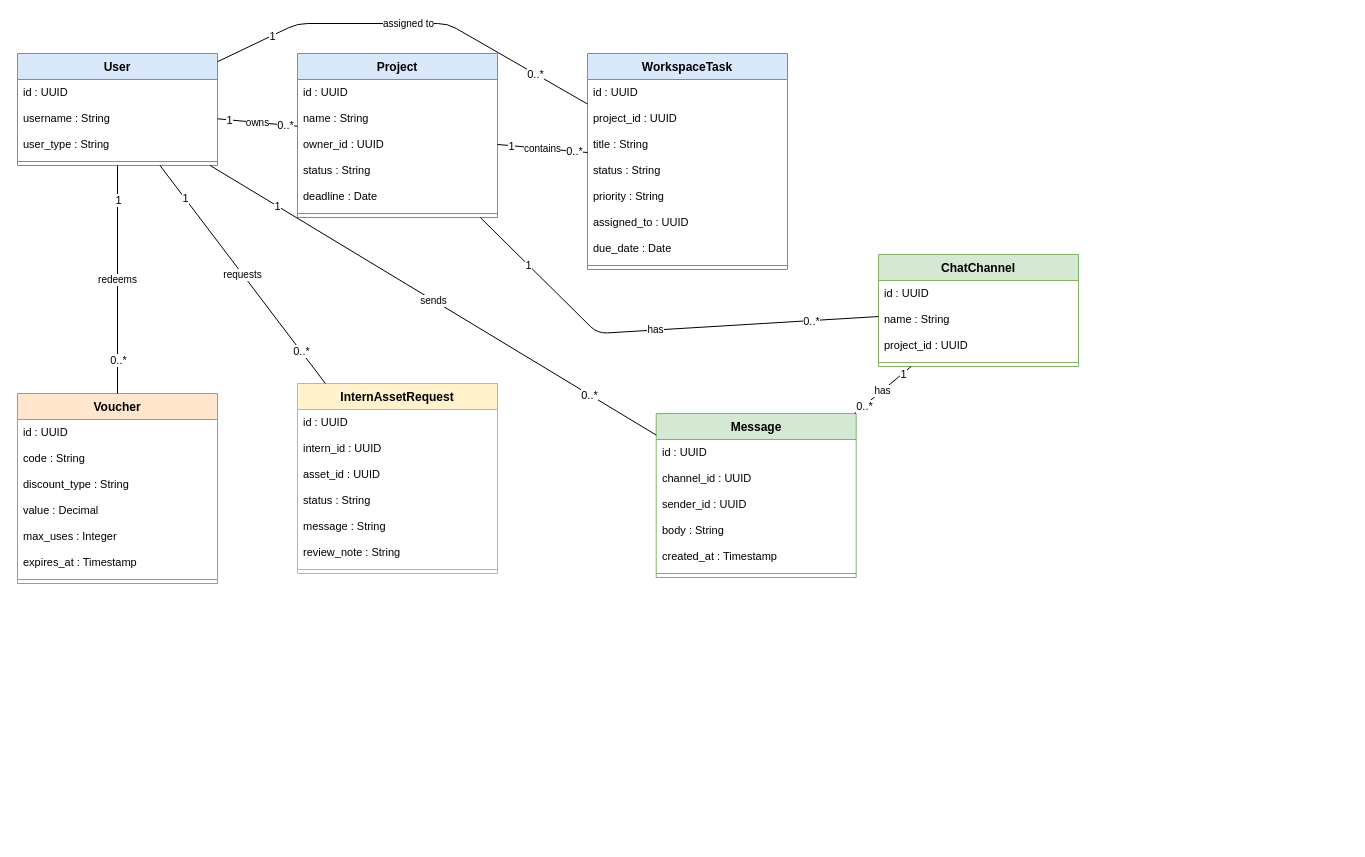
Above: diagrams/drawio/class_global_workspace.drawio in AsmaDaoussi/report (draw.io), before the change. Source tidied: cells renumbered, new cells numbered last; positions are measured from the earlier drawing's top-left corner, leaving out a move shared by most shapes. Both pictures are drawn from the tidied source at 100%, with x=0, y=0 at pixel (17, 23).
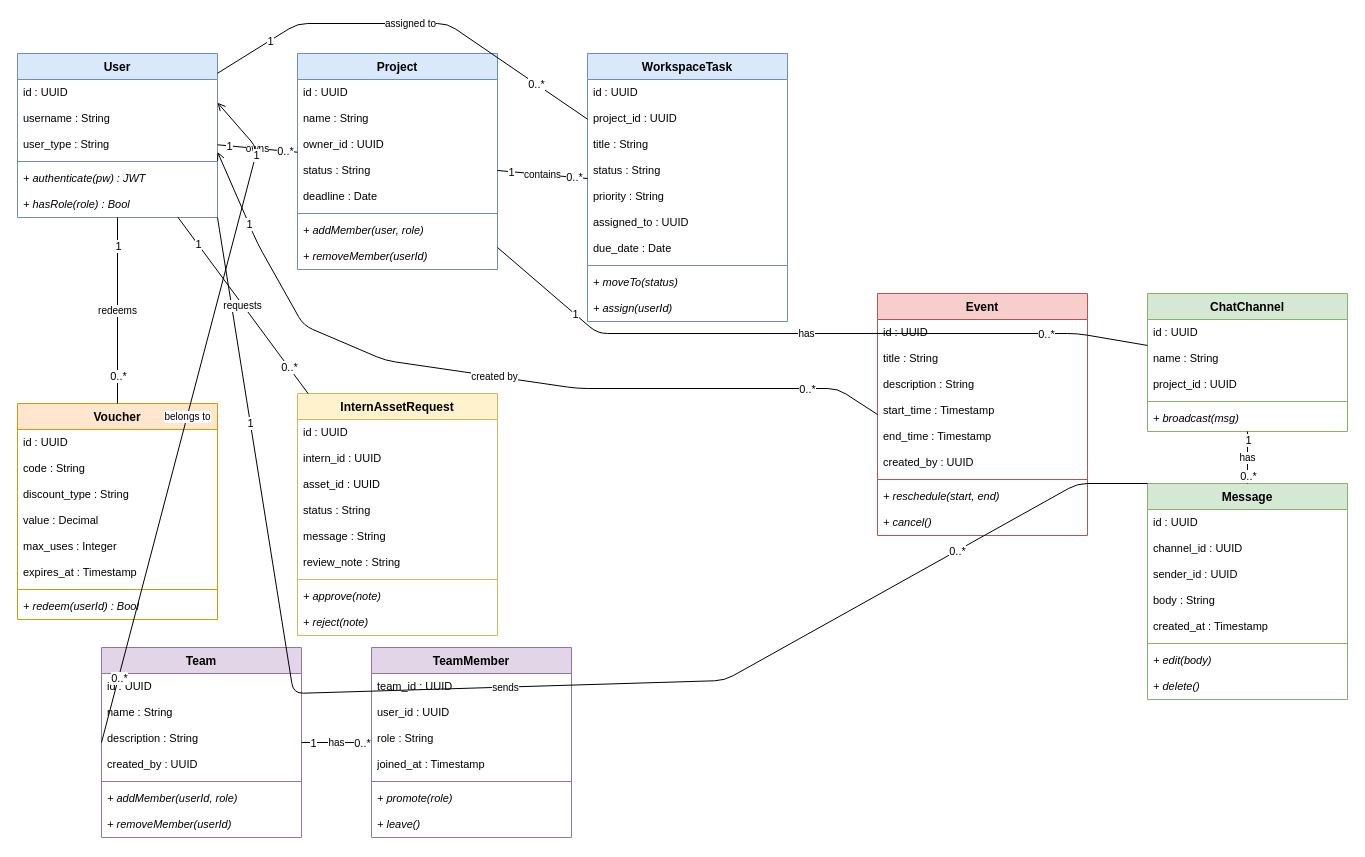
The same diagram, later.

The edit, as a diff of the source:
```diff
@@
     <mxCell id="2" value="User" style="swimlane;fontStyle=1;align=center;verticalAlign=top;horizontal=1;startSize=26;fillColor=#dae8fc;strokeColor=#6c8ebf;whiteSpace=wrap;html=1;" parent="1" vertex="1">
-      <mxGeometry y="30" width="200" height="112" as="geometry" />
+      <mxGeometry y="30" width="200" height="164" as="geometry" />
     </mxCell>
@@
+    <mxCell id="75" value="+ authenticate(pw) : JWT" style="text;strokeColor=none;fillColor=none;align=left;verticalAlign=top;spacingLeft=4;spacingRight=4;overflow=hidden;whiteSpace=wrap;html=1;fontSize=11;fontStyle=2;" parent="2" vertex="1">
+      <mxGeometry y="112" width="200" height="26" as="geometry" />
+    </mxCell>
+    <mxCell id="76" value="+ hasRole(role) : Bool" style="text;strokeColor=none;fillColor=none;align=left;verticalAlign=top;spacingLeft=4;spacingRight=4;overflow=hidden;whiteSpace=wrap;html=1;fontSize=11;fontStyle=2;" parent="2" vertex="1">
+      <mxGeometry y="138" width="200" height="26" as="geometry" />
+    </mxCell>
     <mxCell id="7" value="Project" style="swimlane;fontStyle=1;align=center;verticalAlign=top;horizontal=1;startSize=26;fillColor=#dae8fc;strokeColor=#6c8ebf;whiteSpace=wrap;html=1;" parent="1" vertex="1">
-      <mxGeometry x="280" y="30" width="200" height="164" as="geometry" />
+      <mxGeometry x="280" y="30" width="200" height="216" as="geometry" />
     </mxCell>
@@
+    <mxCell id="77" value="+ addMember(user, role)" style="text;strokeColor=none;fillColor=none;align=left;verticalAlign=top;spacingLeft=4;spacingRight=4;overflow=hidden;whiteSpace=wrap;html=1;fontSize=11;fontStyle=2;" parent="7" vertex="1">
+      <mxGeometry y="164" width="200" height="26" as="geometry" />
+    </mxCell>
+    <mxCell id="78" value="+ removeMember(userId)" style="text;strokeColor=none;fillColor=none;align=left;verticalAlign=top;spacingLeft=4;spacingRight=4;overflow=hidden;whiteSpace=wrap;html=1;fontSize=11;fontStyle=2;" parent="7" vertex="1">
+      <mxGeometry y="190" width="200" height="26" as="geometry" />
+    </mxCell>
     <mxCell id="14" value="WorkspaceTask" style="swimlane;fontStyle=1;align=center;verticalAlign=top;horizontal=1;startSize=26;fillColor=#dae8fc;strokeColor=#6c8ebf;whiteSpace=wrap;html=1;" parent="1" vertex="1">
-      <mxGeometry x="570" y="30" width="200" height="216" as="geometry" />
+      <mxGeometry x="570" y="30" width="200" height="268" as="geometry" />
     </mxCell>
@@
+    <mxCell id="79" value="+ moveTo(status)" style="text;strokeColor=none;fillColor=none;align=left;verticalAlign=top;spacingLeft=4;spacingRight=4;overflow=hidden;whiteSpace=wrap;html=1;fontSize=11;fontStyle=2;" parent="14" vertex="1">
+      <mxGeometry y="216" width="200" height="26" as="geometry" />
+    </mxCell>
+    <mxCell id="80" value="+ assign(userId)" style="text;strokeColor=none;fillColor=none;align=left;verticalAlign=top;spacingLeft=4;spacingRight=4;overflow=hidden;whiteSpace=wrap;html=1;fontSize=11;fontStyle=2;" parent="14" vertex="1">
+      <mxGeometry y="242" width="200" height="26" as="geometry" />
+    </mxCell>
+    <mxCell id="81" value="Team" style="swimlane;fontStyle=1;align=center;verticalAlign=top;horizontal=1;startSize=26;fillColor=#e1d5e7;strokeColor=#9673a6;whiteSpace=wrap;html=1;" parent="1" vertex="1">
+      <mxGeometry x="84" y="624" width="200" height="190" as="geometry" />
+    </mxCell>
+    <mxCell id="82" value="id : UUID" style="text;strokeColor=none;fillColor=none;align=left;verticalAlign=top;spacingLeft=4;spacingRight=4;overflow=hidden;whiteSpace=wrap;html=1;fontSize=11;" parent="81" vertex="1">
+      <mxGeometry y="26" width="200" height="26" as="geometry" />
+    </mxCell>
+    <mxCell id="83" value="name : String" style="text;strokeColor=none;fillColor=none;align=left;verticalAlign=top;spacingLeft=4;spacingRight=4;overflow=hidden;whiteSpace=wrap;html=1;fontSize=11;" parent="81" vertex="1">
+      <mxGeometry y="52" width="200" height="26" as="geometry" />
+    </mxCell>
+    <mxCell id="84" value="description : String" style="text;strokeColor=none;fillColor=none;align=left;verticalAlign=top;spacingLeft=4;spacingRight=4;overflow=hidden;whiteSpace=wrap;html=1;fontSize=11;" parent="81" vertex="1">
+      <mxGeometry y="78" width="200" height="26" as="geometry" />
+    </mxCell>
+    <mxCell id="85" value="created_by : UUID" style="text;strokeColor=none;fillColor=none;align=left;verticalAlign=top;spacingLeft=4;spacingRight=4;overflow=hidden;whiteSpace=wrap;html=1;fontSize=11;" parent="81" vertex="1">
+      <mxGeometry y="104" width="200" height="26" as="geometry" />
+    </mxCell>
+    <mxCell id="86" style="line;strokeWidth=1;fillColor=none;align=left;verticalAlign=middle;spacingTop=-1;spacingLeft=3;spacingRight=3;labelPosition=right;strokeColor=inherit;" parent="81" vertex="1">
+      <mxGeometry y="130" width="200" height="8" as="geometry" />
+    </mxCell>
+    <mxCell id="87" value="+ addMember(userId, role)" style="text;strokeColor=none;fillColor=none;align=left;verticalAlign=top;spacingLeft=4;spacingRight=4;overflow=hidden;whiteSpace=wrap;html=1;fontSize=11;fontStyle=2;" parent="81" vertex="1">
+      <mxGeometry y="138" width="200" height="26" as="geometry" />
+    </mxCell>
+    <mxCell id="88" value="+ removeMember(userId)" style="text;strokeColor=none;fillColor=none;align=left;verticalAlign=top;spacingLeft=4;spacingRight=4;overflow=hidden;whiteSpace=wrap;html=1;fontSize=11;fontStyle=2;" parent="81" vertex="1">
+      <mxGeometry y="164" width="200" height="26" as="geometry" />
+    </mxCell>
+    <mxCell id="89" value="TeamMember" style="swimlane;fontStyle=1;align=center;verticalAlign=top;horizontal=1;startSize=26;fillColor=#e1d5e7;strokeColor=#9673a6;whiteSpace=wrap;html=1;" parent="1" vertex="1">
+      <mxGeometry x="354" y="624" width="200" height="190" as="geometry" />
+    </mxCell>
+    <mxCell id="90" value="team_id : UUID" style="text;strokeColor=none;fillColor=none;align=left;verticalAlign=top;spacingLeft=4;spacingRight=4;overflow=hidden;whiteSpace=wrap;html=1;fontSize=11;" parent="89" vertex="1">
+      <mxGeometry y="26" width="200" height="26" as="geometry" />
+    </mxCell>
+    <mxCell id="91" value="user_id : UUID" style="text;strokeColor=none;fillColor=none;align=left;verticalAlign=top;spacingLeft=4;spacingRight=4;overflow=hidden;whiteSpace=wrap;html=1;fontSize=11;" parent="89" vertex="1">
+      <mxGeometry y="52" width="200" height="26" as="geometry" />
+    </mxCell>
+    <mxCell id="92" value="role : String" style="text;strokeColor=none;fillColor=none;align=left;verticalAlign=top;spacingLeft=4;spacingRight=4;overflow=hidden;whiteSpace=wrap;html=1;fontSize=11;" parent="89" vertex="1">
+      <mxGeometry y="78" width="200" height="26" as="geometry" />
+    </mxCell>
+    <mxCell id="93" value="joined_at : Timestamp" style="text;strokeColor=none;fillColor=none;align=left;verticalAlign=top;spacingLeft=4;spacingRight=4;overflow=hidden;whiteSpace=wrap;html=1;fontSize=11;" parent="89" vertex="1">
+      <mxGeometry y="104" width="200" height="26" as="geometry" />
+    </mxCell>
+    <mxCell id="94" style="line;strokeWidth=1;fillColor=none;align=left;verticalAlign=middle;spacingTop=-1;spacingLeft=3;spacingRight=3;labelPosition=right;strokeColor=inherit;" parent="89" vertex="1">
+      <mxGeometry y="130" width="200" height="8" as="geometry" />
+    </mxCell>
+    <mxCell id="95" value="+ promote(role)" style="text;strokeColor=none;fillColor=none;align=left;verticalAlign=top;spacingLeft=4;spacingRight=4;overflow=hidden;whiteSpace=wrap;html=1;fontSize=11;fontStyle=2;" parent="89" vertex="1">
+      <mxGeometry y="138" width="200" height="26" as="geometry" />
+    </mxCell>
+    <mxCell id="96" value="+ leave()" style="text;strokeColor=none;fillColor=none;align=left;verticalAlign=top;spacingLeft=4;spacingRight=4;overflow=hidden;whiteSpace=wrap;html=1;fontSize=11;fontStyle=2;" parent="89" vertex="1">
+      <mxGeometry y="164" width="200" height="26" as="geometry" />
+    </mxCell>
+    <mxCell id="97" value="Event" style="swimlane;fontStyle=1;align=center;verticalAlign=top;horizontal=1;startSize=26;fillColor=#f8cecc;strokeColor=#b85450;whiteSpace=wrap;html=1;" parent="1" vertex="1">
+      <mxGeometry x="860" y="270" width="210" height="242" as="geometry" />
+    </mxCell>
+    <mxCell id="98" value="id : UUID" style="text;strokeColor=none;fillColor=none;align=left;verticalAlign=top;spacingLeft=4;spacingRight=4;overflow=hidden;whiteSpace=wrap;html=1;fontSize=11;" parent="97" vertex="1">
+      <mxGeometry y="26" width="210" height="26" as="geometry" />
+    </mxCell>
+    <mxCell id="99" value="title : String" style="text;strokeColor=none;fillColor=none;align=left;verticalAlign=top;spacingLeft=4;spacingRight=4;overflow=hidden;whiteSpace=wrap;html=1;fontSize=11;" parent="97" vertex="1">
+      <mxGeometry y="52" width="210" height="26" as="geometry" />
+    </mxCell>
+    <mxCell id="100" value="description : String" style="text;strokeColor=none;fillColor=none;align=left;verticalAlign=top;spacingLeft=4;spacingRight=4;overflow=hidden;whiteSpace=wrap;html=1;fontSize=11;" parent="97" vertex="1">
+      <mxGeometry y="78" width="210" height="26" as="geometry" />
+    </mxCell>
+    <mxCell id="101" value="start_time : Timestamp" style="text;strokeColor=none;fillColor=none;align=left;verticalAlign=top;spacingLeft=4;spacingRight=4;overflow=hidden;whiteSpace=wrap;html=1;fontSize=11;" parent="97" vertex="1">
+      <mxGeometry y="104" width="210" height="26" as="geometry" />
+    </mxCell>
+    <mxCell id="102" value="end_time : Timestamp" style="text;strokeColor=none;fillColor=none;align=left;verticalAlign=top;spacingLeft=4;spacingRight=4;overflow=hidden;whiteSpace=wrap;html=1;fontSize=11;" parent="97" vertex="1">
+      <mxGeometry y="130" width="210" height="26" as="geometry" />
+    </mxCell>
+    <mxCell id="103" value="created_by : UUID" style="text;strokeColor=none;fillColor=none;align=left;verticalAlign=top;spacingLeft=4;spacingRight=4;overflow=hidden;whiteSpace=wrap;html=1;fontSize=11;" parent="97" vertex="1">
+      <mxGeometry y="156" width="210" height="26" as="geometry" />
+    </mxCell>
+    <mxCell id="104" style="line;strokeWidth=1;fillColor=none;align=left;verticalAlign=middle;spacingTop=-1;spacingLeft=3;spacingRight=3;labelPosition=right;strokeColor=inherit;" parent="97" vertex="1">
+      <mxGeometry y="182" width="210" height="8" as="geometry" />
+    </mxCell>
+    <mxCell id="105" value="+ reschedule(start, end)" style="text;strokeColor=none;fillColor=none;align=left;verticalAlign=top;spacingLeft=4;spacingRight=4;overflow=hidden;whiteSpace=wrap;html=1;fontSize=11;fontStyle=2;" parent="97" vertex="1">
+      <mxGeometry y="190" width="210" height="26" as="geometry" />
+    </mxCell>
+    <mxCell id="106" value="+ cancel()" style="text;strokeColor=none;fillColor=none;align=left;verticalAlign=top;spacingLeft=4;spacingRight=4;overflow=hidden;whiteSpace=wrap;html=1;fontSize=11;fontStyle=2;" parent="97" vertex="1">
+      <mxGeometry y="216" width="210" height="26" as="geometry" />
+    </mxCell>
     <mxCell id="23" value="ChatChannel" style="swimlane;fontStyle=1;align=center;verticalAlign=top;horizontal=1;startSize=26;fillColor=#d5e8d4;strokeColor=#82b366;whiteSpace=wrap;html=1;" parent="1" vertex="1">
-      <mxGeometry x="861" y="231" width="200" height="112" as="geometry" />
+      <mxGeometry x="1130" y="270" width="200" height="138" as="geometry" />
     </mxCell>
@@
+    <mxCell id="107" value="+ broadcast(msg)" style="text;strokeColor=none;fillColor=none;align=left;verticalAlign=top;spacingLeft=4;spacingRight=4;overflow=hidden;whiteSpace=wrap;html=1;fontSize=11;fontStyle=2;" parent="23" vertex="1">
+      <mxGeometry y="112" width="200" height="26" as="geometry" />
+    </mxCell>
     <mxCell id="28" value="Message" style="swimlane;fontStyle=1;align=center;verticalAlign=top;horizontal=1;startSize=26;fillColor=#d5e8d4;strokeColor=#82b366;whiteSpace=wrap;html=1;" parent="1" vertex="1">
-      <mxGeometry x="638.7" y="390" width="200" height="164" as="geometry" />
+      <mxGeometry x="1130" y="460" width="200" height="216" as="geometry" />
     </mxCell>
@@
+    <mxCell id="108" value="+ edit(body)" style="text;strokeColor=none;fillColor=none;align=left;verticalAlign=top;spacingLeft=4;spacingRight=4;overflow=hidden;whiteSpace=wrap;html=1;fontSize=11;fontStyle=2;" parent="28" vertex="1">
+      <mxGeometry y="164" width="200" height="26" as="geometry" />
+    </mxCell>
+    <mxCell id="109" value="+ delete()" style="text;strokeColor=none;fillColor=none;align=left;verticalAlign=top;spacingLeft=4;spacingRight=4;overflow=hidden;whiteSpace=wrap;html=1;fontSize=11;fontStyle=2;" parent="28" vertex="1">
+      <mxGeometry y="190" width="200" height="26" as="geometry" />
+    </mxCell>
     <mxCell id="35" value="Voucher" style="swimlane;fontStyle=1;align=center;verticalAlign=top;horizontal=1;startSize=26;fillColor=#ffe6cc;strokeColor=#d79b00;whiteSpace=wrap;html=1;" parent="1" vertex="1">
-      <mxGeometry y="370" width="200" height="190" as="geometry" />
+      <mxGeometry y="380" width="200" height="216" as="geometry" />
     </mxCell>
@@
+    <mxCell id="110" value="+ redeem(userId) : Bool" style="text;strokeColor=none;fillColor=none;align=left;verticalAlign=top;spacingLeft=4;spacingRight=4;overflow=hidden;whiteSpace=wrap;html=1;fontSize=11;fontStyle=2;" parent="35" vertex="1">
+      <mxGeometry y="190" width="200" height="26" as="geometry" />
+    </mxCell>
     <mxCell id="43" value="InternAssetRequest" style="swimlane;fontStyle=1;align=center;verticalAlign=top;horizontal=1;startSize=26;fillColor=#fff2cc;strokeColor=#d6b656;whiteSpace=wrap;html=1;" parent="1" vertex="1">
-      <mxGeometry x="280" y="360" width="200" height="190" as="geometry" />
+      <mxGeometry x="280" y="370" width="200" height="242" as="geometry" />
     </mxCell>
@@
+    <mxCell id="111" value="+ approve(note)" style="text;strokeColor=none;fillColor=none;align=left;verticalAlign=top;spacingLeft=4;spacingRight=4;overflow=hidden;whiteSpace=wrap;html=1;fontSize=11;fontStyle=2;" parent="43" vertex="1">
+      <mxGeometry y="190" width="200" height="26" as="geometry" />
+    </mxCell>
+    <mxCell id="112" value="+ reject(note)" style="text;strokeColor=none;fillColor=none;align=left;verticalAlign=top;spacingLeft=4;spacingRight=4;overflow=hidden;whiteSpace=wrap;html=1;fontSize=11;fontStyle=2;" parent="43" vertex="1">
+      <mxGeometry y="216" width="200" height="26" as="geometry" />
+    </mxCell>
@@
     <mxCell id="60" value="has" style="endArrow=none;startArrow=none;html=1;fontSize=10;" parent="1" edge="1" source="7" target="23">
       <mxGeometry relative="1" as="geometry">
         <Array as="points">
           <mxPoint x="580" y="310" />
+          <mxPoint x="1060" y="310" />
         </Array>
       </mxGeometry>
     </mxCell>
@@
-    <mxCell id="66" value="sends" style="endArrow=none;startArrow=none;html=1;fontSize=10;" parent="1" edge="1" source="2" target="28">
-      <mxGeometry relative="1" as="geometry" />
+    <mxCell id="66" value="sends" style="endArrow=none;startArrow=none;html=1;fontSize=10;exitX=1;exitY=1;entryX=0;entryY=0;" parent="1" edge="1" source="2" target="28">
+      <mxGeometry relative="1" as="geometry">
+        <Array as="points">
+          <mxPoint x="276" y="670" />
+          <mxPoint x="707" y="657" />
+          <mxPoint x="1060" y="460" />
+        </Array>
+      </mxGeometry>
     </mxCell>
@@
+    <mxCell id="113" value="has" style="endArrow=open;endFill=0;startArrow=none;html=1;fontSize=10;exitX=1;exitY=0.5;entryX=0;entryY=0.5;" parent="1" edge="1" source="81" target="89">
+      <mxGeometry relative="1" as="geometry" />
+    </mxCell>
+    <mxCell id="114" value="1" style="edgeLabel;html=1;align=center;verticalAlign=middle;fontSize=11;" parent="113" vertex="1">
+      <mxGeometry x="-0.7" relative="1" as="geometry" />
+    </mxCell>
+    <mxCell id="115" value="0..*" style="edgeLabel;html=1;align=center;verticalAlign=middle;fontSize=11;" parent="113" vertex="1">
+      <mxGeometry x="0.7" relative="1" as="geometry" />
+    </mxCell>
+    <mxCell id="116" value="belongs to" style="endArrow=open;endFill=0;startArrow=none;html=1;fontSize=10;exitX=0;exitY=0.5;entryX=1;entryY=0.3;" parent="1" edge="1" source="81" target="2">
+      <mxGeometry relative="1" as="geometry">
+        <Array as="points">
+          <mxPoint x="240" y="125" />
+        </Array>
+      </mxGeometry>
+    </mxCell>
+    <mxCell id="117" value="0..*" style="edgeLabel;html=1;align=center;verticalAlign=middle;fontSize=11;" parent="116" vertex="1">
+      <mxGeometry x="-0.8" relative="1" as="geometry" />
+    </mxCell>
+    <mxCell id="118" value="1" style="edgeLabel;html=1;align=center;verticalAlign=middle;fontSize=11;" parent="116" vertex="1">
+      <mxGeometry x="0.8" relative="1" as="geometry" />
+    </mxCell>
+    <mxCell id="119" value="created by" style="endArrow=open;endFill=0;startArrow=none;html=1;fontSize=10;exitX=0;exitY=0.5;entryX=1;entryY=0.6;" parent="1" edge="1" source="97" target="2">
+      <mxGeometry relative="1" as="geometry">
+        <Array as="points">
+          <mxPoint x="820" y="365" />
+          <mxPoint x="560" y="365" />
+          <mxPoint x="368" y="337" />
+          <mxPoint x="286" y="302" />
+          <mxPoint x="240" y="220" />
+        </Array>
+      </mxGeometry>
+    </mxCell>
+    <mxCell id="120" value="0..*" style="edgeLabel;html=1;align=center;verticalAlign=middle;fontSize=11;" parent="119" vertex="1">
+      <mxGeometry x="-0.8" relative="1" as="geometry" />
+    </mxCell>
+    <mxCell id="121" value="1" style="edgeLabel;html=1;align=center;verticalAlign=middle;fontSize=11;" parent="119" vertex="1">
+      <mxGeometry x="0.8" relative="1" as="geometry" />
+    </mxCell>
```
